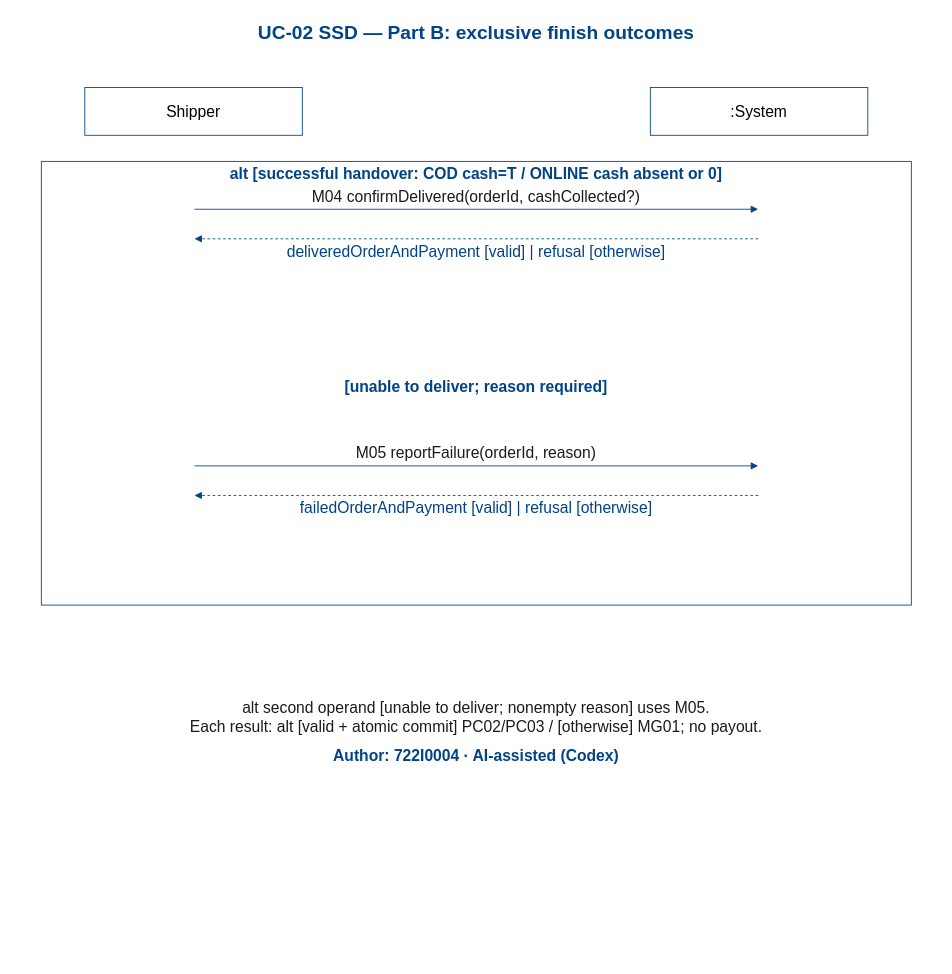
Dat071104/SaigonBite keeps this draw.io diagram as models/UC-02/ssd_uc02_PartB.drawio. Above is the earlier version. Source tidied: cells renumbered, new cells numbered last; positions are measured from the earlier drawing's top-left corner, leaving out a move shared by most shapes. Both pictures are drawn from the tidied source at 87%, with x=0, y=0 at pixel (15, 15).
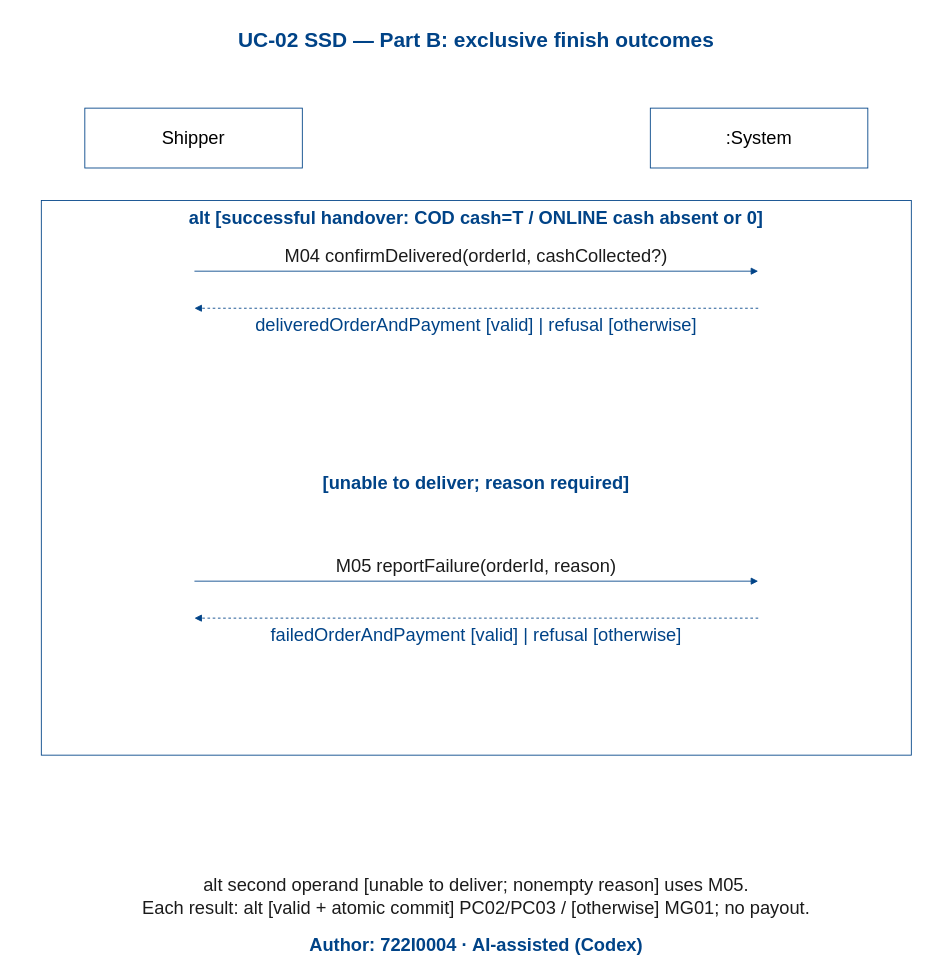
The same diagram, later.

Diff of the diagram source:
```diff
@@
-    <mxCell id="2" value="UC-02 SSD — Part B: exclusive finish outcomes" style="text;html=0;whiteSpace=wrap;fontSize=22;fontColor=#004387;fontStyle=1;align=center;verticalAlign=middle;strokeColor=none;fillColor=none;" parent="1" vertex="1">
-      <mxGeometry width="1060" height="42" as="geometry" />
+    <mxCell id="2" value="UC-02 SSD — Part B: exclusive finish outcomes" style="text;html=0;whiteSpace=wrap;fontSize=24;fontColor=#004387;fontStyle=1;align=center;verticalAlign=middle;strokeColor=none;fillColor=none;" parent="1" vertex="1">
+      <mxGeometry y="3" width="1060" height="52.5" as="geometry" />
     </mxCell>
-    <mxCell id="3" value="Author: 722I0004 · AI-assisted (Codex)" style="text;html=0;whiteSpace=wrap;fontSize=18;fontColor=#004387;fontStyle=1;align=center;verticalAlign=middle;strokeColor=none;fillColor=none;" parent="1" vertex="1">
-      <mxGeometry y="838" width="1060" height="28" as="geometry" />
+    <mxCell id="3" value="Author: 722I0004 · AI-assisted (Codex)" style="text;html=0;whiteSpace=wrap;fontSize=21;fontColor=#004387;fontStyle=1;align=center;verticalAlign=middle;strokeColor=none;fillColor=none;" parent="1" vertex="1">
+      <mxGeometry y="1050.5" width="1060" height="35" as="geometry" />
     </mxCell>
-    <mxCell id="4" value="Shipper" style="rounded=0;html=0;whiteSpace=wrap;strokeColor=#004387;fillColor=white;fontSize=18;align=center;verticalAlign=middle;" parent="1" vertex="1">
-      <mxGeometry x="80" y="83" width="250" height="55" as="geometry" />
+    <mxCell id="4" value="Shipper" style="rounded=0;html=0;whiteSpace=wrap;strokeColor=#004387;fillColor=white;fontSize=21;align=center;verticalAlign=middle;" parent="1" vertex="1">
+      <mxGeometry x="80" y="106.8" width="250" height="68.8" as="geometry" />
     </mxCell>
-    <mxCell id="5" value=":System" style="rounded=0;html=0;whiteSpace=wrap;strokeColor=#004387;fillColor=white;fontSize=18;align=center;verticalAlign=middle;" parent="1" vertex="1">
-      <mxGeometry x="730" y="83" width="250" height="55" as="geometry" />
+    <mxCell id="5" value=":System" style="rounded=0;html=0;whiteSpace=wrap;strokeColor=#004387;fillColor=white;fontSize=21;align=center;verticalAlign=middle;" parent="1" vertex="1">
+      <mxGeometry x="730" y="106.8" width="250" height="68.8" as="geometry" />
     </mxCell>
-    <mxCell id="6" style="rounded=0;html=0;whiteSpace=wrap;strokeColor=#004387;fillColor=white;fontSize=18;align=center;verticalAlign=middle;" parent="1" vertex="1">
-      <mxGeometry x="30" y="168" width="1000" height="510" as="geometry" />
+    <mxCell id="6" style="rounded=0;html=0;whiteSpace=wrap;strokeColor=#004387;fillColor=white;fontSize=21;align=center;verticalAlign=middle;" parent="1" vertex="1">
+      <mxGeometry x="30" y="213" width="1000" height="637.5" as="geometry" />
     </mxCell>
-    <mxCell id="7" value="alt [successful handover: COD cash=T / ONLINE cash absent or 0]" style="text;html=0;whiteSpace=wrap;fontSize=18;fontColor=#004387;fontStyle=1;align=center;verticalAlign=middle;strokeColor=none;fillColor=none;" parent="1" vertex="1">
-      <mxGeometry x="35" y="170" width="990" height="26" as="geometry" />
+    <mxCell id="7" value="alt [successful handover: COD cash=T / ONLINE cash absent or 0]" style="text;html=0;whiteSpace=wrap;fontSize=21;fontColor=#004387;fontStyle=1;align=center;verticalAlign=middle;strokeColor=none;fillColor=none;" parent="1" vertex="1">
+      <mxGeometry x="35" y="215.5" width="990" height="32.5" as="geometry" />
     </mxCell>
-    <mxCell id="8" value="[unable to deliver; reason required]" style="text;html=0;whiteSpace=wrap;fontSize=18;fontColor=#004387;fontStyle=1;align=center;verticalAlign=middle;strokeColor=none;fillColor=none;" parent="1" vertex="1">
-      <mxGeometry x="45" y="413" width="970" height="28" as="geometry" />
+    <mxCell id="8" value="[unable to deliver; reason required]" style="text;html=0;whiteSpace=wrap;fontSize=21;fontColor=#004387;fontStyle=1;align=center;verticalAlign=middle;strokeColor=none;fillColor=none;" parent="1" vertex="1">
+      <mxGeometry x="45" y="519.2" width="970" height="35" as="geometry" />
     </mxCell>
     <mxCell id="9" style="opacity=0;strokeOpacity=0;fillOpacity=0;" parent="1" vertex="1">
-      <mxGeometry x="204" y="222" width="2" height="2" as="geometry" />
+      <mxGeometry x="204" y="293.2" width="2" height="2" as="geometry" />
     </mxCell>
     <mxCell id="10" style="opacity=0;strokeOpacity=0;fillOpacity=0;" parent="1" vertex="1">
-      <mxGeometry x="204" y="256" width="2" height="2" as="geometry" />
+      <mxGeometry x="204" y="335.8" width="2" height="2" as="geometry" />
     </mxCell>
     <mxCell id="11" style="opacity=0;strokeOpacity=0;fillOpacity=0;" parent="1" vertex="1">
-      <mxGeometry x="854" y="222" width="2" height="2" as="geometry" />
+      <mxGeometry x="854" y="293.2" width="2" height="2" as="geometry" />
     </mxCell>
     <mxCell id="12" style="opacity=0;strokeOpacity=0;fillOpacity=0;" parent="1" vertex="1">
-      <mxGeometry x="854" y="256" width="2" height="2" as="geometry" />
+      <mxGeometry x="854" y="335.8" width="2" height="2" as="geometry" />
     </mxCell>
@@
-    <mxCell id="14" value="M04 confirmDelivered(orderId, cashCollected?)" style="text;html=0;whiteSpace=wrap;fontSize=18;fontColor=#1B1B1B;fontStyle=0;align=center;verticalAlign=middle;strokeColor=none;fillColor=none;" parent="1" vertex="1">
-      <mxGeometry x="220" y="196" width="620" height="25" as="geometry" />
+    <mxCell id="14" value="M04 confirmDelivered(orderId, cashCollected?)" style="text;html=0;whiteSpace=wrap;fontSize=21;fontColor=#1B1B1B;fontStyle=0;align=center;verticalAlign=middle;strokeColor=none;fillColor=none;" parent="1" vertex="1">
+      <mxGeometry x="220" y="260.5" width="620" height="31.2" as="geometry" />
     </mxCell>
@@
-    <mxCell id="16" value="deliveredOrderAndPayment [valid] | refusal [otherwise]" style="text;html=0;whiteSpace=wrap;fontSize=18;fontColor=#004387;fontStyle=0;align=center;verticalAlign=middle;strokeColor=none;fillColor=none;" parent="1" vertex="1">
-      <mxGeometry x="225" y="259" width="610" height="26" as="geometry" />
+    <mxCell id="16" value="deliveredOrderAndPayment [valid] | refusal [otherwise]" style="text;html=0;whiteSpace=wrap;fontSize=21;fontColor=#004387;fontStyle=0;align=center;verticalAlign=middle;strokeColor=none;fillColor=none;" parent="1" vertex="1">
+      <mxGeometry x="225" y="339.2" width="610" height="32.5" as="geometry" />
     </mxCell>
     <mxCell id="17" style="opacity=0;strokeOpacity=0;fillOpacity=0;" parent="1" vertex="1">
-      <mxGeometry x="204" y="517" width="2" height="2" as="geometry" />
+      <mxGeometry x="204" y="649.5" width="2" height="2" as="geometry" />
     </mxCell>
     <mxCell id="18" style="opacity=0;strokeOpacity=0;fillOpacity=0;" parent="1" vertex="1">
-      <mxGeometry x="204" y="551" width="2" height="2" as="geometry" />
+      <mxGeometry x="204" y="692" width="2" height="2" as="geometry" />
     </mxCell>
     <mxCell id="19" style="opacity=0;strokeOpacity=0;fillOpacity=0;" parent="1" vertex="1">
-      <mxGeometry x="854" y="517" width="2" height="2" as="geometry" />
+      <mxGeometry x="854" y="649.5" width="2" height="2" as="geometry" />
     </mxCell>
     <mxCell id="20" style="opacity=0;strokeOpacity=0;fillOpacity=0;" parent="1" vertex="1">
-      <mxGeometry x="854" y="551" width="2" height="2" as="geometry" />
+      <mxGeometry x="854" y="692" width="2" height="2" as="geometry" />
     </mxCell>
@@
-    <mxCell id="22" value="M05 reportFailure(orderId, reason)" style="text;html=0;whiteSpace=wrap;fontSize=18;fontColor=#1B1B1B;fontStyle=0;align=center;verticalAlign=middle;strokeColor=none;fillColor=none;" parent="1" vertex="1">
-      <mxGeometry x="220" y="491" width="620" height="25" as="geometry" />
+    <mxCell id="22" value="M05 reportFailure(orderId, reason)" style="text;html=0;whiteSpace=wrap;fontSize=21;fontColor=#1B1B1B;fontStyle=0;align=center;verticalAlign=middle;strokeColor=none;fillColor=none;" parent="1" vertex="1">
+      <mxGeometry x="220" y="616.8" width="620" height="31.2" as="geometry" />
     </mxCell>
@@
-    <mxCell id="24" value="failedOrderAndPayment [valid] | refusal [otherwise]" style="text;html=0;whiteSpace=wrap;fontSize=18;fontColor=#004387;fontStyle=0;align=center;verticalAlign=middle;strokeColor=none;fillColor=none;" parent="1" vertex="1">
-      <mxGeometry x="225" y="554" width="610" height="26" as="geometry" />
+    <mxCell id="24" value="failedOrderAndPayment [valid] | refusal [otherwise]" style="text;html=0;whiteSpace=wrap;fontSize=21;fontColor=#004387;fontStyle=0;align=center;verticalAlign=middle;strokeColor=none;fillColor=none;" parent="1" vertex="1">
+      <mxGeometry x="225" y="695.5" width="610" height="32.5" as="geometry" />
     </mxCell>
-    <mxCell id="25" value="alt second operand [unable to deliver; nonempty reason] uses M05.&#10;Each result: alt [valid + atomic commit] PC02/PC03 / [otherwise] MG01; no payout." style="text;html=0;whiteSpace=wrap;fontSize=18;fontColor=#1B1B1B;fontStyle=0;align=center;verticalAlign=middle;strokeColor=none;fillColor=none;" parent="1" vertex="1">
-      <mxGeometry y="783" width="1060" height="48" as="geometry" />
+    <mxCell id="25" value="alt second operand [unable to deliver; nonempty reason] uses M05.&#10;Each result: alt [valid + atomic commit] PC02/PC03 / [otherwise] MG01; no payout." style="text;html=0;whiteSpace=wrap;fontSize=21;fontColor=#1B1B1B;fontStyle=0;align=center;verticalAlign=middle;strokeColor=none;fillColor=none;" parent="1" vertex="1">
+      <mxGeometry y="981.8" width="1060" height="60" as="geometry" />
     </mxCell>
```
